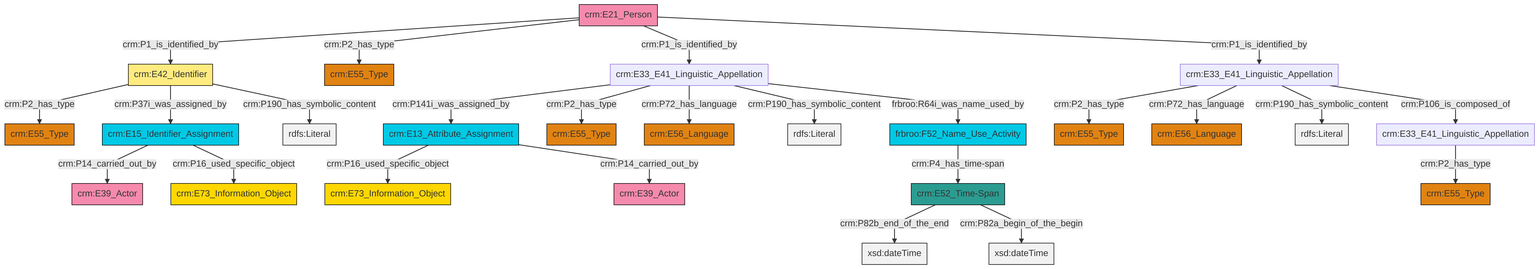
Earlier version of the Mermaid export et/personCSV/ttl/mmd/png/Person_Names_and_Classification.png (swiss-art-research-net/reference-data-models). Its source is kept beside it as et/personCSV/ttl/mmd/Person_Names_and_Classification.ttl.mmd.
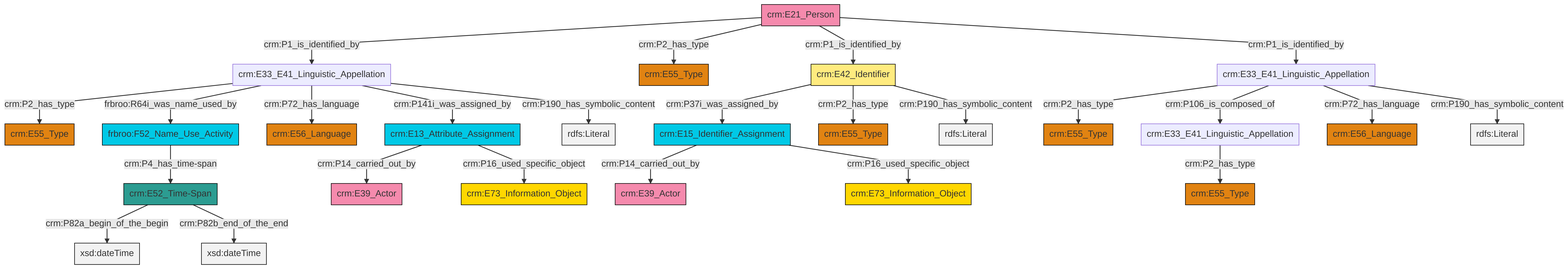
The same file after the commit.

The edit, as a diff of the source:
```diff
@@ -13,27 +13,27 @@
 classDef PC_Classes fill:#4ce600, stroke:#000000;
 classDef Multi fill:#cccccc,stroke:#000000;
 
-0["crm:E15_Identifier_Assignment"]:::Temporal_Entity -->|crm:P14_carried_out_by| 1["crm:E39_Actor"]:::Actor
-2["crm:E21_Person"]:::Actor -->|crm:P1_is_identified_by| 3["crm:E42_Identifier"]:::Appellation
-8["crm:E13_Attribute_Assignment"]:::Temporal_Entity -->|crm:P16_used_specific_object| 9["crm:E73_Information_Object"]:::Conceptual_Object
-6["crm:E33_E41_Linguistic_Appellation"]:::Default -->|crm:P2_has_type| 10["crm:E55_Type"]:::Type
-11["crm:E52_Time-Span"]:::Time-Span -->|crm:P82b_end_of_the_end| 12[xsd:dateTime]:::Literal
-2["crm:E21_Person"]:::Actor -->|crm:P2_has_type| 13["crm:E55_Type"]:::Type
-2["crm:E21_Person"]:::Actor -->|crm:P1_is_identified_by| 14["crm:E33_E41_Linguistic_Appellation"]:::Default
-16["crm:E33_E41_Linguistic_Appellation"]:::Default -->|crm:P2_has_type| 4["crm:E55_Type"]:::Type
-16["crm:E33_E41_Linguistic_Appellation"]:::Default -->|crm:P72_has_language| 18["crm:E56_Language"]:::Type
-16["crm:E33_E41_Linguistic_Appellation"]:::Default -->|crm:P190_has_symbolic_content| 22[rdfs:Literal]:::Literal
-2["crm:E21_Person"]:::Actor -->|crm:P1_is_identified_by| 16["crm:E33_E41_Linguistic_Appellation"]:::Default
-14["crm:E33_E41_Linguistic_Appellation"]:::Default -->|crm:P141i_was_assigned_by| 8["crm:E13_Attribute_Assignment"]:::Temporal_Entity
-8["crm:E13_Attribute_Assignment"]:::Temporal_Entity -->|crm:P14_carried_out_by| 24["crm:E39_Actor"]:::Actor
-0["crm:E15_Identifier_Assignment"]:::Temporal_Entity -->|crm:P16_used_specific_object| 28["crm:E73_Information_Object"]:::Conceptual_Object
-14["crm:E33_E41_Linguistic_Appellation"]:::Default -->|crm:P2_has_type| 29["crm:E55_Type"]:::Type
-16["crm:E33_E41_Linguistic_Appellation"]:::Default -->|crm:P106_is_composed_of| 6["crm:E33_E41_Linguistic_Appellation"]:::Default
-3["crm:E42_Identifier"]:::Appellation -->|crm:P2_has_type| 20["crm:E55_Type"]:::Type
-3["crm:E42_Identifier"]:::Appellation -->|crm:P37i_was_assigned_by| 0["crm:E15_Identifier_Assignment"]:::Temporal_Entity
-14["crm:E33_E41_Linguistic_Appellation"]:::Default -->|crm:P72_has_language| 25["crm:E56_Language"]:::Type
-14["crm:E33_E41_Linguistic_Appellation"]:::Default -->|crm:P190_has_symbolic_content| 38[rdfs:Literal]:::Literal
-33["frbroo:F52_Name_Use_Activity"]:::Temporal_Entity -->|crm:P4_has_time-span| 11["crm:E52_Time-Span"]:::Time-Span
-14["crm:E33_E41_Linguistic_Appellation"]:::Default -->|frbroo:R64i_was_name_used_by| 33["frbroo:F52_Name_Use_Activity"]:::Temporal_Entity
-3["crm:E42_Identifier"]:::Appellation -->|crm:P190_has_symbolic_content| 43[rdfs:Literal]:::Literal
-11["crm:E52_Time-Span"]:::Time-Span -->|crm:P82a_begin_of_the_begin| 46[xsd:dateTime]:::Literal
+2["crm:E33_E41_Linguistic_Appellation"]:::Default -->|crm:P2_has_type| 3["crm:E55_Type"]:::Type
+2["crm:E33_E41_Linguistic_Appellation"]:::Default -->|frbroo:R64i_was_name_used_by| 4["frbroo:F52_Name_Use_Activity"]:::Temporal_Entity
+5["crm:E33_E41_Linguistic_Appellation"]:::Default -->|crm:P2_has_type| 6["crm:E55_Type"]:::Type
+7["crm:E21_Person"]:::Actor -->|crm:P1_is_identified_by| 2["crm:E33_E41_Linguistic_Appellation"]:::Default
+10["crm:E15_Identifier_Assignment"]:::Temporal_Entity -->|crm:P14_carried_out_by| 11["crm:E39_Actor"]:::Actor
+4["frbroo:F52_Name_Use_Activity"]:::Temporal_Entity -->|crm:P4_has_time-span| 14["crm:E52_Time-Span"]:::Time-Span
+10["crm:E15_Identifier_Assignment"]:::Temporal_Entity -->|crm:P16_used_specific_object| 15["crm:E73_Information_Object"]:::Conceptual_Object
+2["crm:E33_E41_Linguistic_Appellation"]:::Default -->|crm:P72_has_language| 17["crm:E56_Language"]:::Type
+18["crm:E33_E41_Linguistic_Appellation"]:::Default -->|crm:P2_has_type| 8["crm:E55_Type"]:::Type
+18["crm:E33_E41_Linguistic_Appellation"]:::Default -->|crm:P106_is_composed_of| 5["crm:E33_E41_Linguistic_Appellation"]:::Default
+2["crm:E33_E41_Linguistic_Appellation"]:::Default -->|crm:P141i_was_assigned_by| 25["crm:E13_Attribute_Assignment"]:::Temporal_Entity
+14["crm:E52_Time-Span"]:::Time-Span -->|crm:P82a_begin_of_the_begin| 26[xsd:dateTime]:::Literal
+2["crm:E33_E41_Linguistic_Appellation"]:::Default -->|crm:P190_has_symbolic_content| 30[rdfs:Literal]:::Literal
+25["crm:E13_Attribute_Assignment"]:::Temporal_Entity -->|crm:P14_carried_out_by| 12["crm:E39_Actor"]:::Actor
+7["crm:E21_Person"]:::Actor -->|crm:P2_has_type| 19["crm:E55_Type"]:::Type
+31["crm:E42_Identifier"]:::Appellation -->|crm:P37i_was_assigned_by| 10["crm:E15_Identifier_Assignment"]:::Temporal_Entity
+31["crm:E42_Identifier"]:::Appellation -->|crm:P2_has_type| 38["crm:E55_Type"]:::Type
+14["crm:E52_Time-Span"]:::Time-Span -->|crm:P82b_end_of_the_end| 41[xsd:dateTime]:::Literal
+7["crm:E21_Person"]:::Actor -->|crm:P1_is_identified_by| 31["crm:E42_Identifier"]:::Appellation
+25["crm:E13_Attribute_Assignment"]:::Temporal_Entity -->|crm:P16_used_specific_object| 32["crm:E73_Information_Object"]:::Conceptual_Object
+18["crm:E33_E41_Linguistic_Appellation"]:::Default -->|crm:P72_has_language| 0["crm:E56_Language"]:::Type
+31["crm:E42_Identifier"]:::Appellation -->|crm:P190_has_symbolic_content| 44[rdfs:Literal]:::Literal
+18["crm:E33_E41_Linguistic_Appellation"]:::Default -->|crm:P190_has_symbolic_content| 45[rdfs:Literal]:::Literal
+7["crm:E21_Person"]:::Actor -->|crm:P1_is_identified_by| 18["crm:E33_E41_Linguistic_Appellation"]:::Default
```
